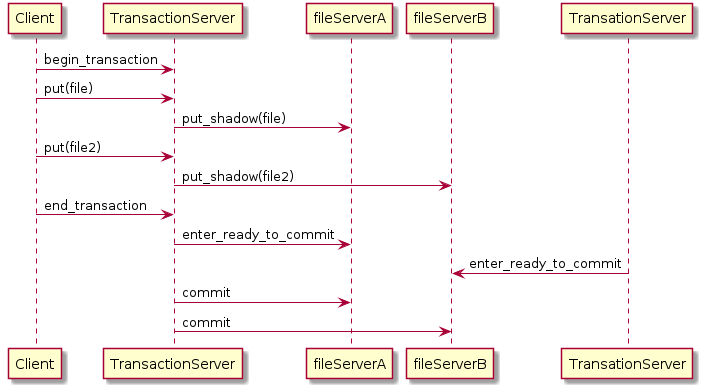
Earlier version of the PlantUML export report/transactions.png (KillianDavitt/CS4032-DistributedFileSystem). Source of this version:
```plantuml
@startuml
Client -> TransactionServer: begin_transaction
Client -> TransactionServer: put(file)
TransactionServer -> fileServerA: put_shadow(file)
Client -> TransactionServer: put(file2)
TransactionServer -> fileServerB: put_shadow(file2)
Client -> TransactionServer: end_transaction
TransactionServer -> fileServerA: enter_ready_to_commit
TransationServer -> fileServerB: enter_ready_to_commit
TransactionServer -> fileServerA: commit
TransactionServer -> fileServerB: commit

@enduml
```
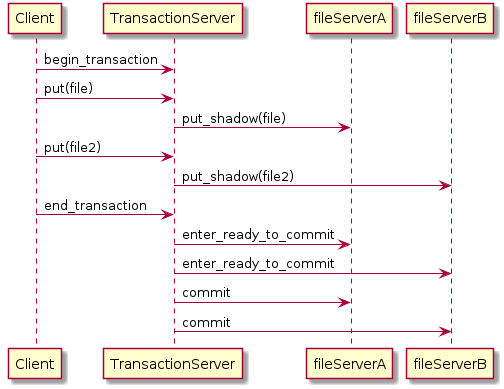
Above is the later version.

Commit message:
Fixed error in diagram

What changed in the source:
```diff
@@ -6,7 +6,7 @@
 TransactionServer -> fileServerB: put_shadow(file2)
 Client -> TransactionServer: end_transaction
 TransactionServer -> fileServerA: enter_ready_to_commit
-TransationServer -> fileServerB: enter_ready_to_commit
+TransactionServer -> fileServerB: enter_ready_to_commit
 TransactionServer -> fileServerA: commit
 TransactionServer -> fileServerB: commit
 
```
